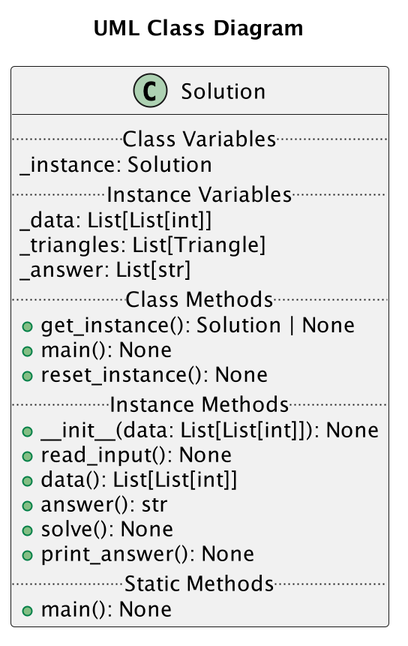
Earlier version of the PlantUML export demo-assignments/A2-ABC/egypt/uml/solution.png (rambasnet/Object-Oriented-Programming-Design-Patterns).
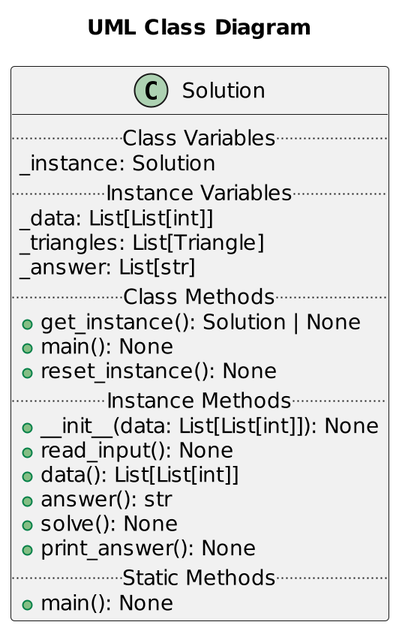
Above is the later version.

Change to the diagram source:
```diff
@@ -1,4 +1,4 @@
-@startuml
+@startuml Solution
 scale 2
 title "UML Class Diagram"
 class Solution {
```
